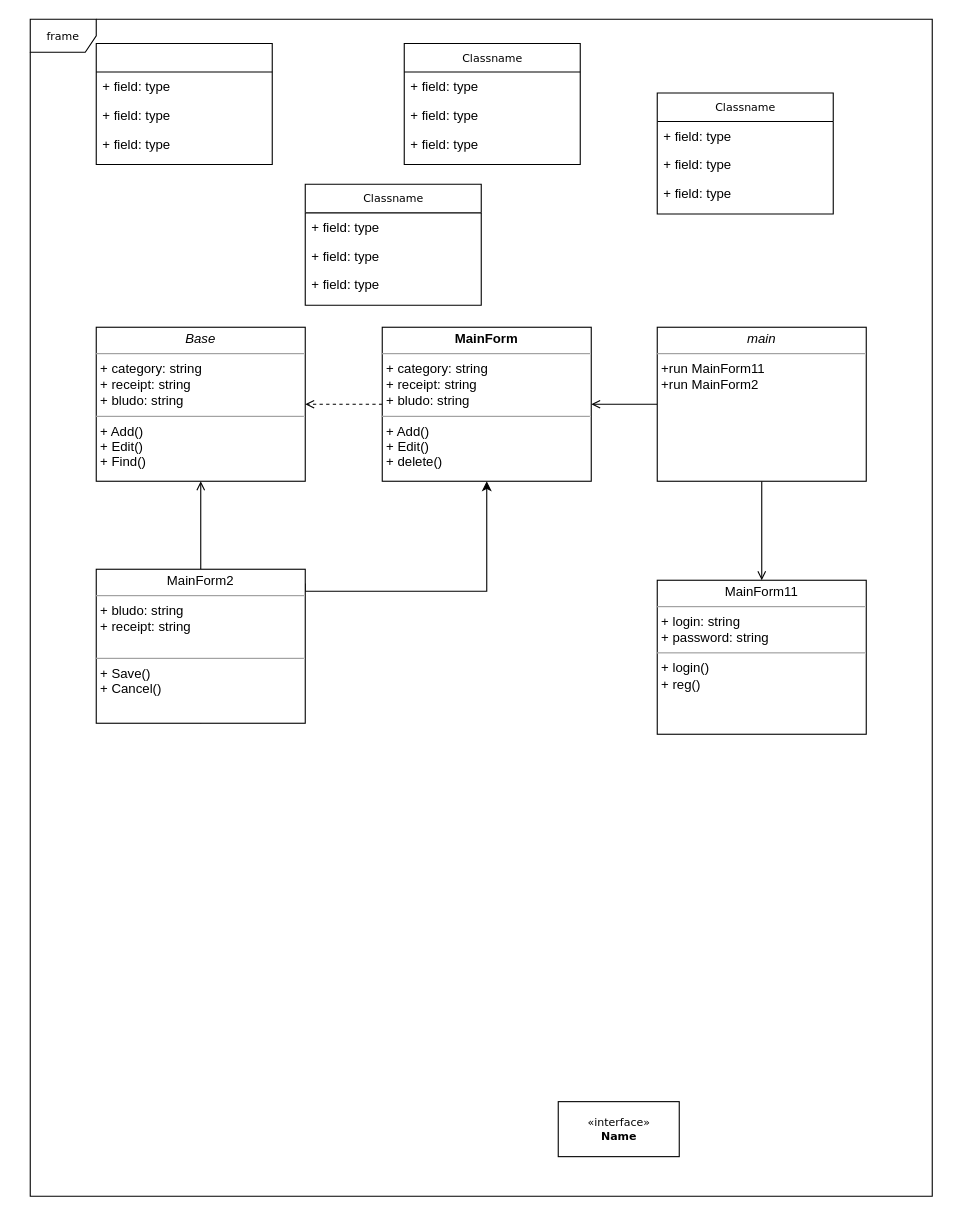
Verina19/Kours keeps this draw.io diagram as Диаграмма без названия.drawio. Above is the earlier version. Source tidied: cells renumbered, new cells numbered last; positions are measured from the earlier drawing's top-left corner, leaving out a move shared by most shapes. Both pictures are drawn from the tidied source at 110%, with x=0, y=0 at pixel (30, 19).
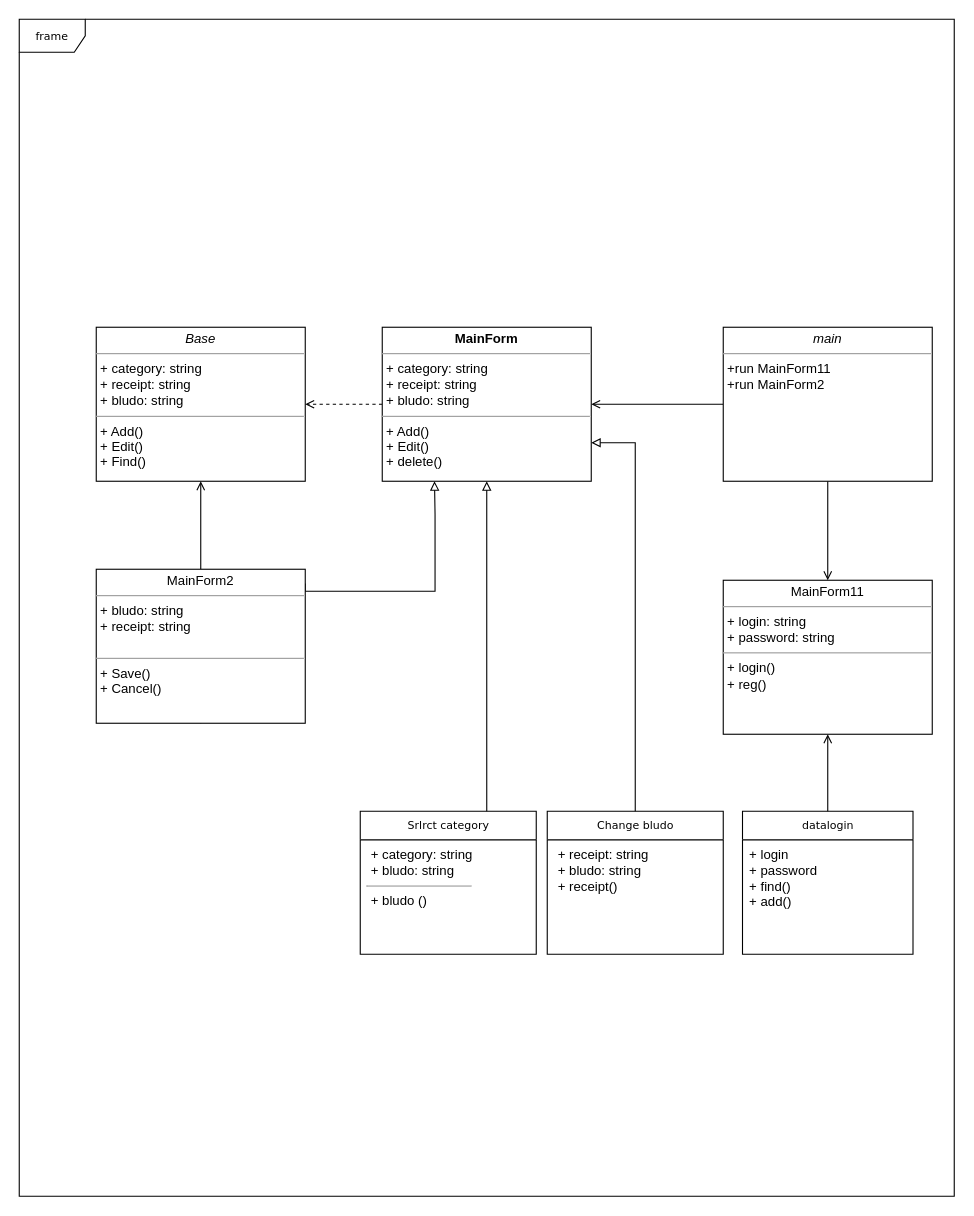
Above is the later version.

The change refers to these unchanged cells:
```xml
<mxCell id="28" value="&lt;p style=&quot;margin:0px;margin-top:4px;text-align:center;&quot;&gt;MainForm2&lt;br&gt;&lt;/p&gt;&lt;hr size=&quot;1&quot;&gt;&lt;p style=&quot;margin:0px;margin-left:4px;&quot;&gt;+ bludo: string&lt;br style=&quot;border-color: var(--border-color);&quot;&gt;+ receipt: string&lt;br&gt;&lt;/p&gt;&lt;div&gt;&lt;br&gt;&lt;/div&gt;&lt;hr size=&quot;1&quot;&gt;&lt;p style=&quot;margin:0px;margin-left:4px;&quot;&gt;+ Save()&lt;br&gt;+ Cancel()&lt;/p&gt;" style="verticalAlign=top;align=left;overflow=fill;fontSize=12;fontFamily=Helvetica;html=1;rounded=0;shadow=0;comic=0;labelBackgroundColor=none;strokeWidth=1;" parent="1" vertex="1">
  <mxGeometry x="60" y="500" width="190" height="140" as="geometry" />
</mxCell>
<mxCell id="30" value="&lt;p style=&quot;margin:0px;margin-top:4px;text-align:center;&quot;&gt;&lt;b&gt;MainForm&lt;/b&gt;&lt;/p&gt;&lt;hr size=&quot;1&quot;&gt;&lt;p style=&quot;border-color: var(--border-color); margin: 0px 0px 0px 4px;&quot;&gt;+ category: string&lt;br style=&quot;border-color: var(--border-color);&quot;&gt;+ receipt: string&lt;/p&gt;&lt;p style=&quot;border-color: var(--border-color); margin: 0px 0px 0px 4px;&quot;&gt;+ bludo: string&lt;/p&gt;&lt;hr size=&quot;1&quot;&gt;&lt;p style=&quot;margin:0px;margin-left:4px;&quot;&gt;+ Add()&lt;br&gt;+ Edit()&lt;/p&gt;&lt;p style=&quot;margin:0px;margin-left:4px;&quot;&gt;+ delete()&lt;/p&gt;" style="verticalAlign=top;align=left;overflow=fill;fontSize=12;fontFamily=Helvetica;html=1;rounded=0;shadow=0;comic=0;labelBackgroundColor=none;strokeWidth=1;" parent="1" vertex="1">
  <mxGeometry x="320" y="280" width="190" height="140" as="geometry" />
</mxCell>
```

Diff of the diagram source:
```diff
@@
     <mxCell id="2" value="frame" style="shape=umlFrame;whiteSpace=wrap;html=1;rounded=0;shadow=0;comic=0;labelBackgroundColor=none;strokeWidth=1;fontFamily=Verdana;fontSize=10;align=center;" parent="1" vertex="1">
-      <mxGeometry width="820" height="1070" as="geometry" />
+      <mxGeometry x="-10" width="850" height="1070" as="geometry" />
     </mxCell>
+    <mxCell id="31" style="edgeStyle=orthogonalEdgeStyle;rounded=0;jettySize=auto;html=1;entryX=1;entryY=0.75;entryDx=0;entryDy=0;endArrow=block;endFill=0;" parent="1" edge="1" source="3" target="30">
+      <mxGeometry relative="1" as="geometry" />
+    </mxCell>
-    <mxCell id="3" value="Classname" style="swimlane;html=1;fontStyle=0;horizontal=1;startSize=26;fillColor=none;swimlaneFillColor=#ffffff;rounded=0;shadow=0;comic=0;labelBackgroundColor=none;strokeWidth=1;fontFamily=Verdana;fontSize=10;align=center;" parent="1" vertex="1">
-      <mxGeometry x="340" y="22" width="160" height="110" as="geometry" />
+    <mxCell id="3" value="Change bludo" style="swimlane;html=1;fontStyle=0;horizontal=1;startSize=26;fillColor=none;swimlaneFillColor=#ffffff;rounded=0;shadow=0;comic=0;labelBackgroundColor=none;strokeWidth=1;fontFamily=Verdana;fontSize=10;align=center;" parent="1" vertex="1">
+      <mxGeometry x="470" y="720" width="160" height="130" as="geometry" />
     </mxCell>
-    <mxCell id="4" value="+ field: type" style="text;html=1;strokeColor=none;fillColor=none;align=left;verticalAlign=top;spacingLeft=4;spacingRight=4;whiteSpace=wrap;overflow=hidden;" parent="3" vertex="1">
-      <mxGeometry y="26" width="160" height="26" as="geometry" />
+    <mxCell id="4" value="&lt;p style=&quot;border-color: var(--border-color); margin: 0px 0px 0px 4px;&quot;&gt;+ receipt: string&lt;/p&gt;&lt;p style=&quot;border-color: var(--border-color); margin: 0px 0px 0px 4px;&quot;&gt;+ bludo: string&lt;/p&gt;&lt;p style=&quot;border-color: var(--border-color); margin: 0px 0px 0px 4px;&quot;&gt;+ receipt()&lt;/p&gt;" style="text;html=1;strokeColor=none;fillColor=none;align=left;verticalAlign=top;spacingLeft=4;spacingRight=4;whiteSpace=wrap;overflow=hidden;" parent="3" vertex="1">
+      <mxGeometry y="26" width="160" height="94" as="geometry" />
     </mxCell>
-    <mxCell id="5" value="+ field: type" style="text;html=1;strokeColor=none;fillColor=none;align=left;verticalAlign=top;spacingLeft=4;spacingRight=4;whiteSpace=wrap;overflow=hidden;" parent="3" vertex="1">
-      <mxGeometry y="52" width="160" height="26" as="geometry" />
-    </mxCell>
-    <mxCell id="6" value="+ field: type" style="text;html=1;strokeColor=none;fillColor=none;align=left;verticalAlign=top;spacingLeft=4;spacingRight=4;whiteSpace=wrap;overflow=hidden;" parent="3" vertex="1">
-      <mxGeometry y="78" width="160" height="26" as="geometry" />
-    </mxCell>
+    <mxCell id="32" style="edgeStyle=orthogonalEdgeStyle;rounded=0;jettySize=auto;html=1;entryX=0.5;entryY=1;entryDx=0;entryDy=0;endArrow=open;endFill=0;" parent="1" edge="1" source="7" target="12">
+      <mxGeometry relative="1" as="geometry" />
+    </mxCell>
-    <mxCell id="7" value="Classname" style="swimlane;html=1;fontStyle=0;horizontal=1;startSize=26;fillColor=none;swimlaneFillColor=#ffffff;rounded=0;shadow=0;comic=0;labelBackgroundColor=none;strokeWidth=1;fontFamily=Verdana;fontSize=10;align=center;" parent="1" vertex="1">
-      <mxGeometry x="570" y="67" width="160" height="110" as="geometry" />
+    <mxCell id="7" value="datalogin" style="swimlane;html=1;fontStyle=0;horizontal=1;startSize=26;fillColor=none;swimlaneFillColor=#ffffff;rounded=0;shadow=0;comic=0;labelBackgroundColor=none;strokeWidth=1;fontFamily=Verdana;fontSize=10;align=center;" parent="1" vertex="1">
+      <mxGeometry x="647.5" y="720" width="155" height="130" as="geometry" />
     </mxCell>
-    <mxCell id="8" value="+ field: type" style="text;html=1;strokeColor=none;fillColor=none;align=left;verticalAlign=top;spacingLeft=4;spacingRight=4;whiteSpace=wrap;overflow=hidden;" parent="7" vertex="1">
-      <mxGeometry y="26" width="160" height="26" as="geometry" />
+    <mxCell id="8" value="+ login&lt;br&gt;+ password&lt;br&gt;+ find()&lt;br style=&quot;border-color: var(--border-color);&quot;&gt;+ add()" style="text;html=1;strokeColor=none;fillColor=none;align=left;verticalAlign=top;spacingLeft=4;spacingRight=4;whiteSpace=wrap;overflow=hidden;" parent="7" vertex="1">
+      <mxGeometry y="26" width="155" height="104" as="geometry" />
     </mxCell>
-    <mxCell id="9" value="+ field: type" style="text;html=1;strokeColor=none;fillColor=none;align=left;verticalAlign=top;spacingLeft=4;spacingRight=4;whiteSpace=wrap;overflow=hidden;" parent="7" vertex="1">
-      <mxGeometry y="52" width="160" height="26" as="geometry" />
-    </mxCell>
-    <mxCell id="10" value="+ field: type" style="text;html=1;strokeColor=none;fillColor=none;align=left;verticalAlign=top;spacingLeft=4;spacingRight=4;whiteSpace=wrap;overflow=hidden;" parent="7" vertex="1">
-      <mxGeometry y="78" width="160" height="26" as="geometry" />
-    </mxCell>
-    <mxCell id="11" value="&amp;laquo;interface&amp;raquo;&lt;br&gt;&lt;b&gt;Name&lt;/b&gt;" style="html=1;rounded=0;shadow=0;comic=0;labelBackgroundColor=none;strokeWidth=1;fontFamily=Verdana;fontSize=10;align=center;" parent="1" vertex="1">
-      <mxGeometry x="480" y="984" width="110" height="50" as="geometry" />
-    </mxCell>
     <mxCell id="12" value="&lt;p style=&quot;margin:0px;margin-top:4px;text-align:center;&quot;&gt;MainForm11&lt;br&gt;&lt;/p&gt;&lt;hr size=&quot;1&quot;&gt;&lt;p style=&quot;margin:0px;margin-left:4px;&quot;&gt;+ login: string&lt;br&gt;+ password: string&lt;/p&gt;&lt;hr size=&quot;1&quot;&gt;&lt;p style=&quot;margin:0px;margin-left:4px;&quot;&gt;+ login()&lt;br&gt;+ reg()&lt;/p&gt;" style="verticalAlign=top;align=left;overflow=fill;fontSize=12;fontFamily=Helvetica;html=1;rounded=0;shadow=0;comic=0;labelBackgroundColor=none;strokeWidth=1;" parent="1" vertex="1">
-      <mxGeometry x="570" y="510" width="190" height="140" as="geometry" />
+      <mxGeometry x="630" y="510" width="190" height="140" as="geometry" />
     </mxCell>
@@
     <mxCell id="15" value="&lt;p style=&quot;margin:0px;margin-top:4px;text-align:center;&quot;&gt;&lt;i&gt;main&lt;/i&gt;&lt;/p&gt;&lt;hr size=&quot;1&quot;&gt;&lt;p style=&quot;margin:0px;margin-left:4px;&quot;&gt;&lt;/p&gt;&lt;p style=&quot;margin:0px;margin-left:4px;&quot;&gt;+run MainForm11&lt;/p&gt;&lt;p style=&quot;margin:0px;margin-left:4px;&quot;&gt;+run MainForm2&lt;br&gt;&lt;/p&gt;" style="verticalAlign=top;align=left;overflow=fill;fontSize=12;fontFamily=Helvetica;html=1;rounded=0;shadow=0;comic=0;labelBackgroundColor=none;strokeWidth=1;" parent="1" vertex="1">
-      <mxGeometry x="570" y="280" width="190" height="140" as="geometry" />
+      <mxGeometry x="630" y="280" width="190" height="140" as="geometry" />
     </mxCell>
@@
-    <mxCell id="17" value="Classname" style="swimlane;html=1;fontStyle=0;horizontal=1;startSize=26;fillColor=none;swimlaneFillColor=#ffffff;rounded=0;shadow=0;comic=0;labelBackgroundColor=none;strokeWidth=1;fontFamily=Verdana;fontSize=10;align=center;" parent="1" vertex="1">
-      <mxGeometry x="250" y="150" width="160" height="110" as="geometry" />
-    </mxCell>
-    <mxCell id="18" value="+ field: type" style="text;html=1;strokeColor=none;fillColor=none;align=left;verticalAlign=top;spacingLeft=4;spacingRight=4;whiteSpace=wrap;overflow=hidden;" parent="17" vertex="1">
-      <mxGeometry y="26" width="160" height="26" as="geometry" />
-    </mxCell>
-    <mxCell id="19" value="+ field: type" style="text;html=1;strokeColor=none;fillColor=none;align=left;verticalAlign=top;spacingLeft=4;spacingRight=4;whiteSpace=wrap;overflow=hidden;" parent="17" vertex="1">
-      <mxGeometry y="52" width="160" height="26" as="geometry" />
-    </mxCell>
-    <mxCell id="20" value="+ field: type" style="text;html=1;strokeColor=none;fillColor=none;align=left;verticalAlign=top;spacingLeft=4;spacingRight=4;whiteSpace=wrap;overflow=hidden;" parent="17" vertex="1">
-      <mxGeometry y="78" width="160" height="26" as="geometry" />
-    </mxCell>
+    <mxCell id="33" style="edgeStyle=orthogonalEdgeStyle;rounded=0;jettySize=auto;html=1;entryX=0.5;entryY=1;entryDx=0;entryDy=0;endArrow=block;endFill=0;" parent="1" edge="1" source="21" target="30">
+      <mxGeometry relative="1" as="geometry">
+        <Array as="points">
+          <mxPoint x="415" y="660" />
+          <mxPoint x="415" y="660" />
+        </Array>
+      </mxGeometry>
+    </mxCell>
-    <mxCell id="21" style="swimlane;html=1;fontStyle=0;horizontal=1;startSize=26;fillColor=none;swimlaneFillColor=#ffffff;rounded=0;shadow=0;comic=0;labelBackgroundColor=none;strokeWidth=1;fontFamily=Verdana;fontSize=10;align=center;" parent="1" vertex="1">
-      <mxGeometry x="60" y="22" width="160" height="110" as="geometry" />
+    <mxCell id="21" value="Srlrct category" style="swimlane;html=1;fontStyle=0;horizontal=1;startSize=26;fillColor=none;swimlaneFillColor=#ffffff;rounded=0;shadow=0;comic=0;labelBackgroundColor=none;strokeWidth=1;fontFamily=Verdana;fontSize=10;align=center;" parent="1" vertex="1">
+      <mxGeometry x="300" y="720" width="160" height="130" as="geometry" />
     </mxCell>
-    <mxCell id="22" value="+ field: type" style="text;html=1;strokeColor=none;fillColor=none;align=left;verticalAlign=top;spacingLeft=4;spacingRight=4;whiteSpace=wrap;overflow=hidden;" parent="21" vertex="1">
-      <mxGeometry y="26" width="160" height="26" as="geometry" />
+    <mxCell id="22" value="&lt;p style=&quot;border-color: var(--border-color); margin: 0px 0px 0px 4px;&quot;&gt;+ category: string&lt;br&gt;&lt;/p&gt;&lt;p style=&quot;border-color: var(--border-color); margin: 0px 0px 0px 4px;&quot;&gt;+ bludo: string&lt;/p&gt;&lt;hr style=&quot;border-color: var(--border-color);&quot; size=&quot;1&quot;&gt;&lt;p style=&quot;border-color: var(--border-color); margin: 0px 0px 0px 4px;&quot;&gt;+ bludo ()&lt;br style=&quot;border-color: var(--border-color);&quot;&gt;&lt;br&gt;&lt;/p&gt;" style="text;html=1;strokeColor=none;fillColor=none;align=left;verticalAlign=top;spacingLeft=4;spacingRight=4;whiteSpace=wrap;overflow=hidden;" parent="21" vertex="1">
+      <mxGeometry y="26" width="160" height="84" as="geometry" />
     </mxCell>
-    <mxCell id="23" value="+ field: type" style="text;html=1;strokeColor=none;fillColor=none;align=left;verticalAlign=top;spacingLeft=4;spacingRight=4;whiteSpace=wrap;overflow=hidden;" parent="21" vertex="1">
-      <mxGeometry y="52" width="160" height="26" as="geometry" />
-    </mxCell>
-    <mxCell id="24" value="+ field: type" style="text;html=1;strokeColor=none;fillColor=none;align=left;verticalAlign=top;spacingLeft=4;spacingRight=4;whiteSpace=wrap;overflow=hidden;" parent="21" vertex="1">
-      <mxGeometry y="78" width="160" height="26" as="geometry" />
-    </mxCell>
@@
-    <mxCell id="27" style="edgeStyle=orthogonalEdgeStyle;rounded=0;jettySize=auto;html=1;entryX=0.5;entryY=1;entryDx=0;entryDy=0;exitX=1;exitY=0.093;exitDx=0;exitDy=0;exitPerimeter=0;" parent="1" edge="1" source="28" target="30">
+    <mxCell id="27" style="edgeStyle=orthogonalEdgeStyle;rounded=0;jettySize=auto;html=1;entryX=0.25;entryY=1;entryDx=0;entryDy=0;exitX=1;exitY=0.093;exitDx=0;exitDy=0;exitPerimeter=0;endArrow=block;endFill=0;" parent="1" edge="1" source="28" target="30">
       <mxGeometry relative="1" as="geometry">
         <Array as="points">
           <mxPoint x="250" y="520" />
-          <mxPoint x="415" y="520" />
+          <mxPoint x="368" y="520" />
+          <mxPoint x="368" y="450" />
         </Array>
       </mxGeometry>
     </mxCell>
```
